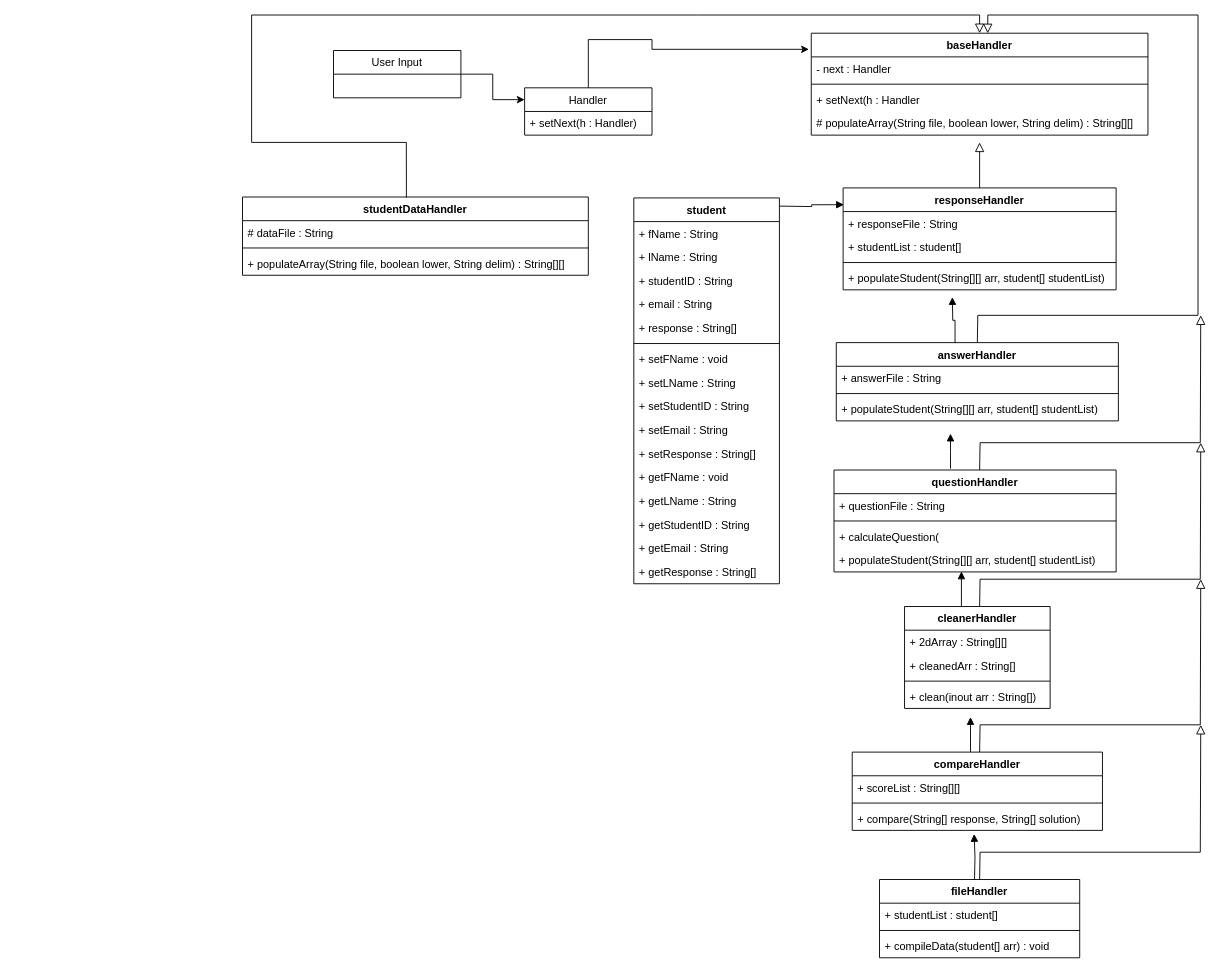
335689832/Refactoring_AnswerCheck_GW_NC_SH keeps this draw.io diagram as Chain of Responsibility UML Diagram.drawio. Above is the earlier version. Source tidied: cells renumbered, new cells numbered last; positions are measured from the earlier drawing's top-left corner, leaving out a move shared by most shapes. Both pictures are drawn from the tidied source at 91%, with x=0, y=0 at pixel (242, 15).
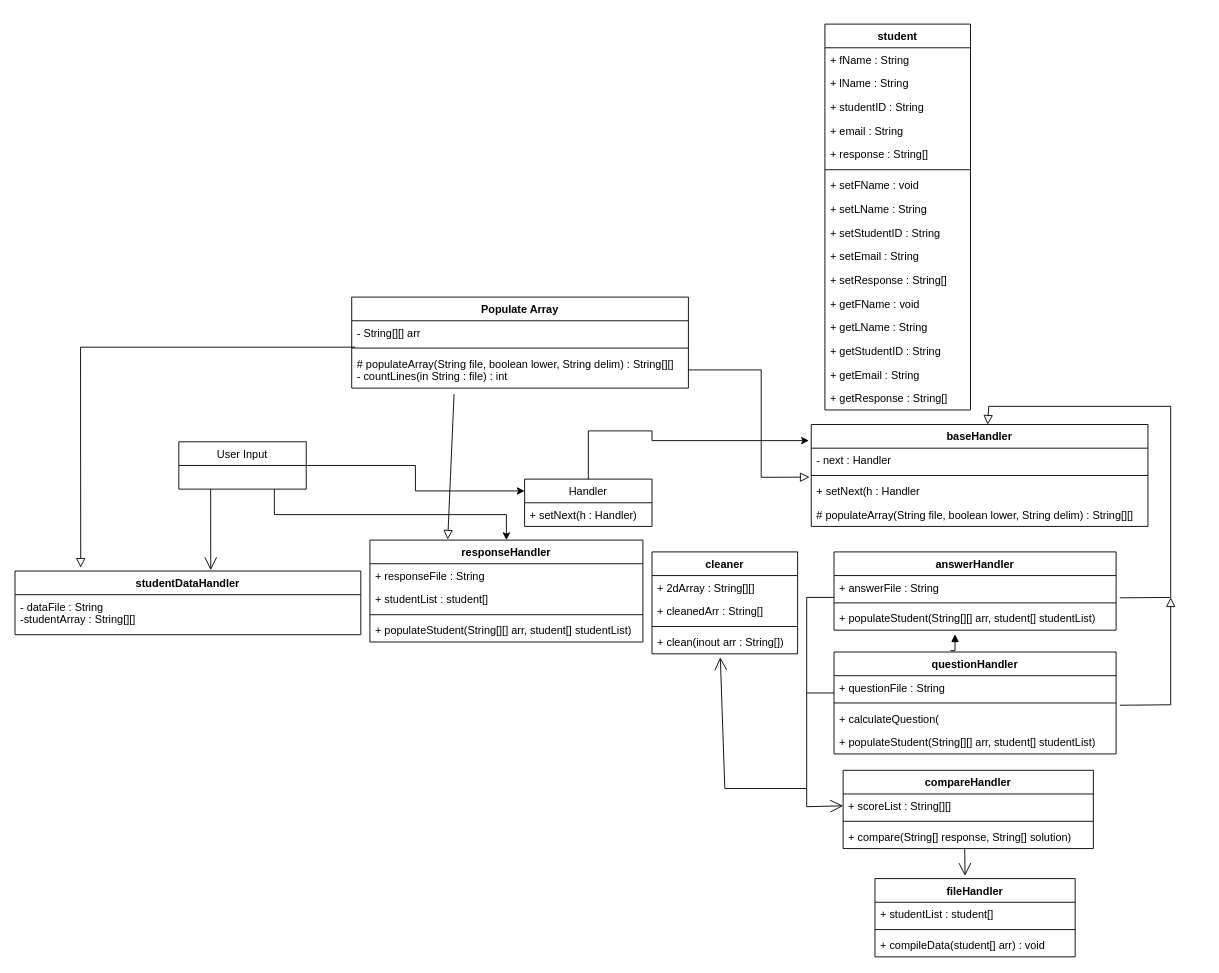
After the change.

Unchanged cells that the change refers to:
```xml
<mxCell id="10" value="+ setNext(h : Handler" style="text;strokeColor=none;fillColor=none;align=left;verticalAlign=top;spacingLeft=4;spacingRight=4;overflow=hidden;points=[[0,0.5],[1,0.5]];portConstraint=eastwest;" parent="7" vertex="1">
  <mxGeometry y="60" width="370" height="26" as="geometry" />
</mxCell>
<mxCell id="19" value="+ answerFile : String" style="text;strokeColor=none;fillColor=none;align=left;verticalAlign=top;spacingLeft=4;spacingRight=4;overflow=hidden;points=[[0,0.5],[1,0.5]];portConstraint=eastwest;" parent="18" vertex="1">
  <mxGeometry y="26" width="310" height="26" as="geometry" />
</mxCell>
<mxCell id="21" value="+ populateStudent(String[][] arr, student[] studentList)" style="text;strokeColor=none;fillColor=none;align=left;verticalAlign=top;spacingLeft=4;spacingRight=4;overflow=hidden;points=[[0,0.5],[1,0.5]];portConstraint=eastwest;" parent="18" vertex="1">
  <mxGeometry y="60" width="310" height="26" as="geometry" />
</mxCell>
<mxCell id="25" value="+ calculateQuestion(" style="text;strokeColor=none;fillColor=none;align=left;verticalAlign=top;spacingLeft=4;spacingRight=4;overflow=hidden;points=[[0,0.5],[1,0.5]];portConstraint=eastwest;" parent="22" vertex="1">
  <mxGeometry y="60" width="310" height="26" as="geometry" />
</mxCell>
<mxCell id="28" value="+ scoreList : String[][]" style="text;strokeColor=none;fillColor=none;align=left;verticalAlign=top;spacingLeft=4;spacingRight=4;overflow=hidden;points=[[0,0.5],[1,0.5]];portConstraint=eastwest;" parent="27" vertex="1">
  <mxGeometry y="26" width="275" height="26" as="geometry" />
</mxCell>
<mxCell id="30" value="+ compare(String[] response, String[] solution) " style="text;strokeColor=none;fillColor=none;align=left;verticalAlign=top;spacingLeft=4;spacingRight=4;overflow=hidden;points=[[0,0.5],[1,0.5]];portConstraint=eastwest;" parent="27" vertex="1">
  <mxGeometry y="60" width="275" height="26" as="geometry" />
</mxCell>
<mxCell id="39" value="+ clean(inout arr : String[])" style="text;strokeColor=none;fillColor=none;align=left;verticalAlign=top;spacingLeft=4;spacingRight=4;overflow=hidden;points=[[0,0.5],[1,0.5]];portConstraint=eastwest;" parent="35" vertex="1">
  <mxGeometry y="86" width="160" height="26" as="geometry" />
</mxCell>
```

Diff of the diagram source:
```diff
@@
     <mxCell id="3" value="User Input" style="swimlane;fontStyle=0;horizontal=1;startSize=26;fillColor=none;" parent="1" vertex="1">
-      <mxGeometry x="100" y="39" width="140" height="52" as="geometry" />
+      <mxGeometry x="-70" y="469" width="140" height="52" as="geometry" />
     </mxCell>
     <mxCell id="4" style="edgeStyle=orthogonalEdgeStyle;rounded=0;jettySize=auto;html=1;exitX=0.5;exitY=0;exitDx=0;exitDy=0;entryX=-0.007;entryY=0.158;entryDx=0;entryDy=0;entryPerimeter=0;" parent="1" edge="1" source="5" target="7">
       <mxGeometry relative="1" as="geometry">
         <Array as="points">
-          <mxPoint x="450" y="27" />
+          <mxPoint x="450" y="457" />
         </Array>
       </mxGeometry>
     </mxCell>
     <mxCell id="5" value="Handler" style="swimlane;fontStyle=0;horizontal=1;startSize=26;fillColor=none;" parent="1" vertex="1">
-      <mxGeometry x="310" y="80" width="140" height="52" as="geometry" />
+      <mxGeometry x="310" y="510" width="140" height="52" as="geometry" />
     </mxCell>
@@
     <mxCell id="7" value="baseHandler" style="swimlane;fontStyle=1;align=center;verticalAlign=top;horizontal=1;startSize=26;" parent="1" vertex="1">
-      <mxGeometry x="625" y="20" width="370" height="112" as="geometry" />
+      <mxGeometry x="625" y="450" width="370" height="112" as="geometry" />
     </mxCell>
@@
     <mxCell id="12" value="responseHandler" style="swimlane;fontStyle=1;align=center;verticalAlign=top;horizontal=1;startSize=26;" parent="1" vertex="1">
-      <mxGeometry x="660" y="190" width="300" height="112" as="geometry" />
+      <mxGeometry x="140" y="577" width="300" height="112" as="geometry" />
     </mxCell>
-    <mxCell id="13" style="endArrow=block;endFill=1;html=1;edgeStyle=orthogonalEdgeStyle;align=left;verticalAlign=top;rounded=0;entryX=0.003;entryY=0.165;entryDx=0;entryDy=0;entryPerimeter=0;" parent="12" edge="1" target="12">
-      <mxGeometry x="-1" relative="1" as="geometry">
-        <mxPoint x="-70" y="20" as="sourcePoint" />
-      </mxGeometry>
-    </mxCell>
@@
     <mxCell id="18" value="answerHandler" style="swimlane;fontStyle=1;align=center;verticalAlign=top;horizontal=1;startSize=26;" parent="1" vertex="1">
-      <mxGeometry x="652.5" y="360" width="310" height="86" as="geometry" />
+      <mxGeometry x="650" y="590" width="310" height="86" as="geometry" />
     </mxCell>
@@
     <mxCell id="22" value="questionHandler" style="swimlane;fontStyle=1;align=center;verticalAlign=top;horizontal=1;startSize=26;" parent="1" vertex="1">
-      <mxGeometry x="650" y="500" width="310" height="112" as="geometry" />
+      <mxGeometry x="650" y="700" width="310" height="112" as="geometry" />
     </mxCell>
@@
     <mxCell id="27" value="compareHandler" style="swimlane;fontStyle=1;align=center;verticalAlign=top;horizontal=1;startSize=26;" parent="1" vertex="1">
-      <mxGeometry x="670" y="810" width="275" height="86" as="geometry" />
+      <mxGeometry x="660" y="830" width="275" height="86" as="geometry" />
     </mxCell>
@@
     <mxCell id="31" value="fileHandler" style="swimlane;fontStyle=1;align=center;verticalAlign=top;horizontal=1;startSize=26;" parent="1" vertex="1">
-      <mxGeometry x="700" y="950" width="220" height="86" as="geometry" />
+      <mxGeometry x="695" y="949" width="220" height="86" as="geometry" />
     </mxCell>
@@
-    <mxCell id="35" value="cleanerHandler" style="swimlane;fontStyle=1;align=center;verticalAlign=top;horizontal=1;startSize=26;" parent="1" vertex="1">
-      <mxGeometry x="727.5" y="650" width="160" height="112" as="geometry" />
+    <mxCell id="35" value="cleaner" style="swimlane;fontStyle=1;align=center;verticalAlign=top;horizontal=1;startSize=26;" parent="1" vertex="1">
+      <mxGeometry x="450" y="590" width="160" height="112" as="geometry" />
     </mxCell>
@@
     <mxCell id="40" value="studentDataHandler" style="swimlane;fontStyle=1;align=center;verticalAlign=top;horizontal=1;startSize=26;" parent="1" vertex="1">
-      <mxGeometry y="200" width="380" height="86" as="geometry" />
+      <mxGeometry x="-250" y="611" width="380" height="70" as="geometry" />
     </mxCell>
-    <mxCell id="41" value="# dataFile : String" style="text;strokeColor=none;fillColor=none;align=left;verticalAlign=top;spacingLeft=4;spacingRight=4;overflow=hidden;" parent="40" vertex="1">
-      <mxGeometry y="26" width="380" height="26" as="geometry" />
+    <mxCell id="41" value="- dataFile : String&#10;-studentArray : String[][]" style="text;strokeColor=none;fillColor=none;align=left;verticalAlign=top;spacingLeft=4;spacingRight=4;overflow=hidden;" parent="40" vertex="1">
+      <mxGeometry y="26" width="380" height="44" as="geometry" />
     </mxCell>
-    <mxCell id="42" style="line;strokeWidth=1;fillColor=none;align=left;verticalAlign=middle;spacingTop=-1;spacingLeft=3;spacingRight=3;labelPosition=right;strokeColor=inherit;" parent="40" vertex="1">
-      <mxGeometry y="52" width="380" height="8" as="geometry" />
-    </mxCell>
-    <mxCell id="43" value="+ populateArray(String file, boolean lower, String delim) : String[][]" style="text;strokeColor=none;fillColor=none;align=left;verticalAlign=top;spacingLeft=4;spacingRight=4;overflow=hidden;" parent="40" vertex="1">
-      <mxGeometry y="60" width="380" height="26" as="geometry" />
-    </mxCell>
     <mxCell id="44" value="student" style="swimlane;fontStyle=1;align=center;verticalAlign=top;horizontal=1;startSize=26;" parent="1" vertex="1">
-      <mxGeometry x="430" y="201" width="160" height="424" as="geometry" />
+      <mxGeometry x="640" y="10" width="160" height="424" as="geometry" />
     </mxCell>
@@
-    <mxCell id="61" style="endArrow=block;html=1;rounded=0;align=center;verticalAlign=bottom;endFill=0;labelBackgroundColor=none;endSize=8;exitX=0.474;exitY=0.005;exitDx=0;exitDy=0;exitPerimeter=0;entryX=0.5;entryY=0;entryDx=0;entryDy=0;" parent="1" edge="1" source="40" target="7">
-      <mxGeometry relative="1" as="geometry">
-        <Array as="points">
-          <mxPoint x="180" y="140" />
-          <mxPoint x="10" y="140" />
-          <mxPoint x="10" />
-          <mxPoint x="500" />
-          <mxPoint x="810" />
-        </Array>
-      </mxGeometry>
-    </mxCell>
-    <mxCell id="62" style="endArrow=block;html=1;rounded=0;align=center;verticalAlign=bottom;endFill=0;labelBackgroundColor=none;endSize=8;exitX=0.5;exitY=0;exitDx=0;exitDy=0;" parent="1" edge="1" source="12">
-      <mxGeometry relative="1" as="geometry">
-        <mxPoint x="810" y="140" as="targetPoint" />
-      </mxGeometry>
-    </mxCell>
-    <mxCell id="63" style="endArrow=block;html=1;rounded=0;align=center;verticalAlign=bottom;endFill=0;labelBackgroundColor=none;endSize=8;exitX=0.5;exitY=0;exitDx=0;exitDy=0;entryX=0.524;entryY=0.001;entryDx=0;entryDy=0;entryPerimeter=0;" parent="1" edge="1" source="18" target="7">
+    <mxCell id="63" style="endArrow=block;html=1;rounded=0;align=center;verticalAlign=bottom;endFill=0;labelBackgroundColor=none;endSize=8;entryX=0.524;entryY=0.001;entryDx=0;entryDy=0;entryPerimeter=0;exitX=1.013;exitY=0.942;exitDx=0;exitDy=0;exitPerimeter=0;" parent="1" edge="1" source="19" target="7">
       <mxGeometry relative="1" as="geometry">
         <Array as="points">
-          <mxPoint x="808" y="330" />
-          <mxPoint x="1050" y="330" />
-          <mxPoint x="1050" />
-          <mxPoint x="819" />
+          <mxPoint x="1020" y="640" />
+          <mxPoint x="1020" y="430" />
+          <mxPoint x="820" y="430" />
         </Array>
       </mxGeometry>
     </mxCell>
-    <mxCell id="64" style="endArrow=block;html=1;rounded=0;align=center;verticalAlign=bottom;endFill=0;labelBackgroundColor=none;endSize=8;exitX=0.5;exitY=0;exitDx=0;exitDy=0;" parent="1" edge="1">
+    <mxCell id="64" style="endArrow=block;html=1;rounded=0;align=center;verticalAlign=bottom;endFill=0;labelBackgroundColor=none;endSize=8;exitX=1.013;exitY=-0.058;exitDx=0;exitDy=0;exitPerimeter=0;" parent="1" edge="1" source="25">
       <mxGeometry relative="1" as="geometry">
-        <mxPoint x="810" y="500" as="sourcePoint" />
-        <mxPoint x="1053" y="330" as="targetPoint" />
+        <mxPoint x="1020" y="640" as="targetPoint" />
         <Array as="points">
-          <mxPoint x="810.5" y="470" />
-          <mxPoint x="1052.5" y="470" />
+          <mxPoint x="1020" y="758" />
         </Array>
       </mxGeometry>
     </mxCell>
-    <mxCell id="65" style="endArrow=block;endFill=1;html=1;edgeStyle=orthogonalEdgeStyle;align=left;verticalAlign=top;rounded=0;exitX=0.421;exitY=0.006;exitDx=0;exitDy=0;exitPerimeter=0;" parent="1" edge="1" source="18">
-      <mxGeometry x="-1" relative="1" as="geometry">
-        <mxPoint x="780" y="310" as="targetPoint" />
-      </mxGeometry>
-    </mxCell>
-    <mxCell id="66" style="endArrow=block;endFill=1;html=1;edgeStyle=orthogonalEdgeStyle;align=left;verticalAlign=top;rounded=0;exitX=0.413;exitY=-0.013;exitDx=0;exitDy=0;exitPerimeter=0;" parent="1" edge="1" source="22">
-      <mxGeometry x="-1" relative="1" as="geometry">
-        <mxPoint x="778" y="460" as="targetPoint" />
-      </mxGeometry>
+    <mxCell id="66" style="endArrow=block;endFill=1;html=1;edgeStyle=orthogonalEdgeStyle;align=left;verticalAlign=top;rounded=0;exitX=0.413;exitY=-0.013;exitDx=0;exitDy=0;exitPerimeter=0;entryX=0.429;entryY=1.173;entryDx=0;entryDy=0;entryPerimeter=0;" parent="1" edge="1" source="22" target="21">
+      <mxGeometry x="-1" relative="1" as="geometry" />
     </mxCell>
-    <mxCell id="67" style="endArrow=block;endFill=1;html=1;edgeStyle=orthogonalEdgeStyle;align=left;verticalAlign=top;rounded=0;exitX=0.413;exitY=-0.013;exitDx=0;exitDy=0;exitPerimeter=0;" parent="1" edge="1">
-      <mxGeometry x="-1" relative="1" as="geometry">
-        <mxPoint x="790" y="650" as="sourcePoint" />
-        <mxPoint x="790" y="611.5" as="targetPoint" />
-      </mxGeometry>
-    </mxCell>
-    <mxCell id="68" style="endArrow=block;endFill=1;html=1;edgeStyle=orthogonalEdgeStyle;align=left;verticalAlign=top;rounded=0;exitX=0.413;exitY=-0.013;exitDx=0;exitDy=0;exitPerimeter=0;" parent="1" edge="1">
-      <mxGeometry x="-1" relative="1" as="geometry">
-        <mxPoint x="800" y="810" as="sourcePoint" />
-        <mxPoint x="800" y="771.5" as="targetPoint" />
-      </mxGeometry>
-    </mxCell>
-    <mxCell id="69" style="endArrow=block;endFill=1;html=1;edgeStyle=orthogonalEdgeStyle;align=left;verticalAlign=top;rounded=0;exitX=0.413;exitY=-0.013;exitDx=0;exitDy=0;exitPerimeter=0;" parent="1" edge="1">
-      <mxGeometry x="-1" relative="1" as="geometry">
-        <mxPoint x="804.4" y="950" as="sourcePoint" />
-        <mxPoint x="804" y="900" as="targetPoint" />
-      </mxGeometry>
-    </mxCell>
-    <mxCell id="70" style="endArrow=block;html=1;rounded=0;align=center;verticalAlign=bottom;endFill=0;labelBackgroundColor=none;endSize=8;exitX=0.5;exitY=0;exitDx=0;exitDy=0;" parent="1" edge="1">
-      <mxGeometry relative="1" as="geometry">
-        <mxPoint x="810" y="650" as="sourcePoint" />
-        <mxPoint x="1053" y="470" as="targetPoint" />
-        <Array as="points">
-          <mxPoint x="810.5" y="620" />
-          <mxPoint x="1052.5" y="620" />
-        </Array>
-      </mxGeometry>
-    </mxCell>
-    <mxCell id="71" style="endArrow=block;html=1;rounded=0;align=center;verticalAlign=bottom;endFill=0;labelBackgroundColor=none;endSize=8;exitX=0.5;exitY=0;exitDx=0;exitDy=0;" parent="1" edge="1">
-      <mxGeometry relative="1" as="geometry">
-        <mxPoint x="810" y="810" as="sourcePoint" />
-        <mxPoint x="1053" y="620" as="targetPoint" />
-        <Array as="points">
-          <mxPoint x="810.5" y="780" />
-          <mxPoint x="1052.5" y="780" />
-        </Array>
-      </mxGeometry>
-    </mxCell>
-    <mxCell id="72" style="endArrow=block;html=1;rounded=0;align=center;verticalAlign=bottom;endFill=0;labelBackgroundColor=none;endSize=8;exitX=0.5;exitY=0;exitDx=0;exitDy=0;" parent="1" edge="1">
-      <mxGeometry relative="1" as="geometry">
-        <mxPoint x="810" y="950" as="sourcePoint" />
-        <mxPoint x="1053" y="780" as="targetPoint" />
-        <Array as="points">
-          <mxPoint x="810.5" y="920" />
-          <mxPoint x="1052.5" y="920" />
-        </Array>
-      </mxGeometry>
-    </mxCell>
+    <mxCell id="73" style="edgeStyle=orthogonalEdgeStyle;rounded=0;jettySize=auto;html=1;exitX=0.75;exitY=1;exitDx=0;exitDy=0;" parent="1" edge="1" source="3" target="12">
+      <mxGeometry relative="1" as="geometry" />
+    </mxCell>
+    <mxCell id="74" value="Populate Array" style="swimlane;fontStyle=1;align=center;verticalAlign=top;horizontal=1;startSize=26;" parent="1" vertex="1">
+      <mxGeometry x="120" y="310" width="370" height="100" as="geometry" />
+    </mxCell>
+    <mxCell id="75" value="- String[][] arr " style="text;strokeColor=none;fillColor=none;align=left;verticalAlign=top;spacingLeft=4;spacingRight=4;overflow=hidden;" parent="74" vertex="1">
+      <mxGeometry y="26" width="370" height="26" as="geometry" />
+    </mxCell>
+    <mxCell id="76" style="line;strokeWidth=1;fillColor=none;align=left;verticalAlign=middle;spacingTop=-1;spacingLeft=3;spacingRight=3;labelPosition=right;strokeColor=inherit;" parent="74" vertex="1">
+      <mxGeometry y="52" width="370" height="8" as="geometry" />
+    </mxCell>
+    <mxCell id="77" value="# populateArray(String file, boolean lower, String delim) : String[][]&#10;- countLines(in String : file) : int&#10;" style="text;strokeColor=none;fillColor=none;align=left;verticalAlign=top;spacingLeft=4;spacingRight=4;overflow=hidden;points=[[0,0.5],[1,0.5]];portConstraint=eastwest;" parent="74" vertex="1">
+      <mxGeometry y="60" width="370" height="40" as="geometry" />
+    </mxCell>
+    <mxCell id="78" style="endArrow=open;endFill=1;endSize=12;html=1;rounded=0;entryX=0;entryY=0.5;entryDx=0;entryDy=0;" parent="1" edge="1" target="28">
+      <mxGeometry relative="1" as="geometry">
+        <mxPoint x="650" y="640" as="sourcePoint" />
+        <Array as="points">
+          <mxPoint x="620" y="640" />
+          <mxPoint x="620" y="870" />
+        </Array>
+      </mxGeometry>
+    </mxCell>
+    <mxCell id="79" style="line;strokeWidth=1;fillColor=none;align=left;verticalAlign=middle;spacingTop=-1;spacingLeft=3;spacingRight=3;labelPosition=right;strokeColor=inherit;" parent="1" vertex="1">
+      <mxGeometry x="620" y="740" width="30" height="10" as="geometry" />
+    </mxCell>
+    <mxCell id="80" style="endArrow=open;endFill=1;endSize=12;html=1;rounded=0;entryX=0.469;entryY=1.148;entryDx=0;entryDy=0;entryPerimeter=0;" parent="1" edge="1" target="39">
+      <mxGeometry relative="1" as="geometry">
+        <mxPoint x="620" y="850" as="sourcePoint" />
+        <Array as="points">
+          <mxPoint x="530" y="850" />
+        </Array>
+      </mxGeometry>
+    </mxCell>
+    <mxCell id="81" style="endArrow=open;endFill=1;endSize=12;html=1;rounded=0;exitX=0.486;exitY=1.005;exitDx=0;exitDy=0;exitPerimeter=0;" parent="1" edge="1" source="30">
+      <mxGeometry relative="1" as="geometry">
+        <mxPoint x="794" y="946" as="targetPoint" />
+      </mxGeometry>
+    </mxCell>
+    <mxCell id="82" style="endArrow=open;endFill=1;endSize=12;html=1;rounded=0;exitX=0.25;exitY=1;exitDx=0;exitDy=0;entryX=0.566;entryY=-0.014;entryDx=0;entryDy=0;entryPerimeter=0;" parent="1" edge="1" source="3" target="40">
+      <mxGeometry relative="1" as="geometry" />
+    </mxCell>
+    <mxCell id="83" style="endArrow=block;html=1;rounded=0;align=center;verticalAlign=bottom;endFill=0;labelBackgroundColor=none;endSize=8;exitX=0.01;exitY=-0.125;exitDx=0;exitDy=0;exitPerimeter=0;entryX=0.19;entryY=-0.053;entryDx=0;entryDy=0;entryPerimeter=0;" parent="1" edge="1" source="77" target="40">
+      <mxGeometry relative="1" as="geometry">
+        <Array as="points">
+          <mxPoint x="-178" y="365" />
+        </Array>
+      </mxGeometry>
+    </mxCell>
+    <mxCell id="84" style="endArrow=block;html=1;rounded=0;align=center;verticalAlign=bottom;endFill=0;labelBackgroundColor=none;endSize=8;entryX=0.285;entryY=-0.005;entryDx=0;entryDy=0;entryPerimeter=0;exitX=0.304;exitY=1.161;exitDx=0;exitDy=0;exitPerimeter=0;" parent="1" edge="1" source="77" target="12">
+      <mxGeometry relative="1" as="geometry" />
+    </mxCell>
+    <mxCell id="85" style="endArrow=block;html=1;rounded=0;align=center;verticalAlign=bottom;endFill=0;labelBackgroundColor=none;endSize=8;entryX=-0.005;entryY=-0.082;entryDx=0;entryDy=0;entryPerimeter=0;" parent="1" edge="1" target="10">
+      <mxGeometry relative="1" as="geometry">
+        <mxPoint x="490" y="390" as="sourcePoint" />
+        <Array as="points">
+          <mxPoint x="570" y="390" />
+          <mxPoint x="570" y="508" />
+        </Array>
+      </mxGeometry>
+    </mxCell>
```
